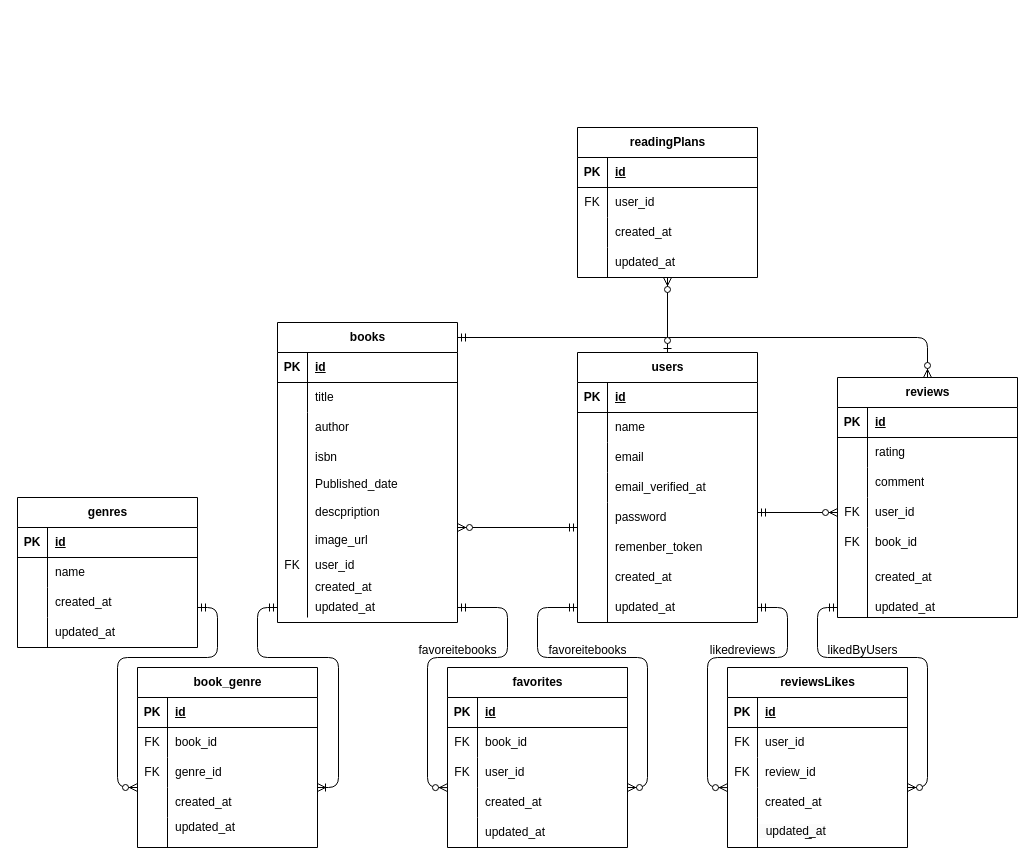
Earlier version of the draw.io diagram ER.drawio (nara773work/BookShelf). Source tidied: cells renumbered, new cells numbered last; positions are measured from the earlier drawing's top-left corner, leaving out a move shared by most shapes. Both pictures are drawn from the tidied source at 100%, with x=0, y=0 at pixel (17, 127).
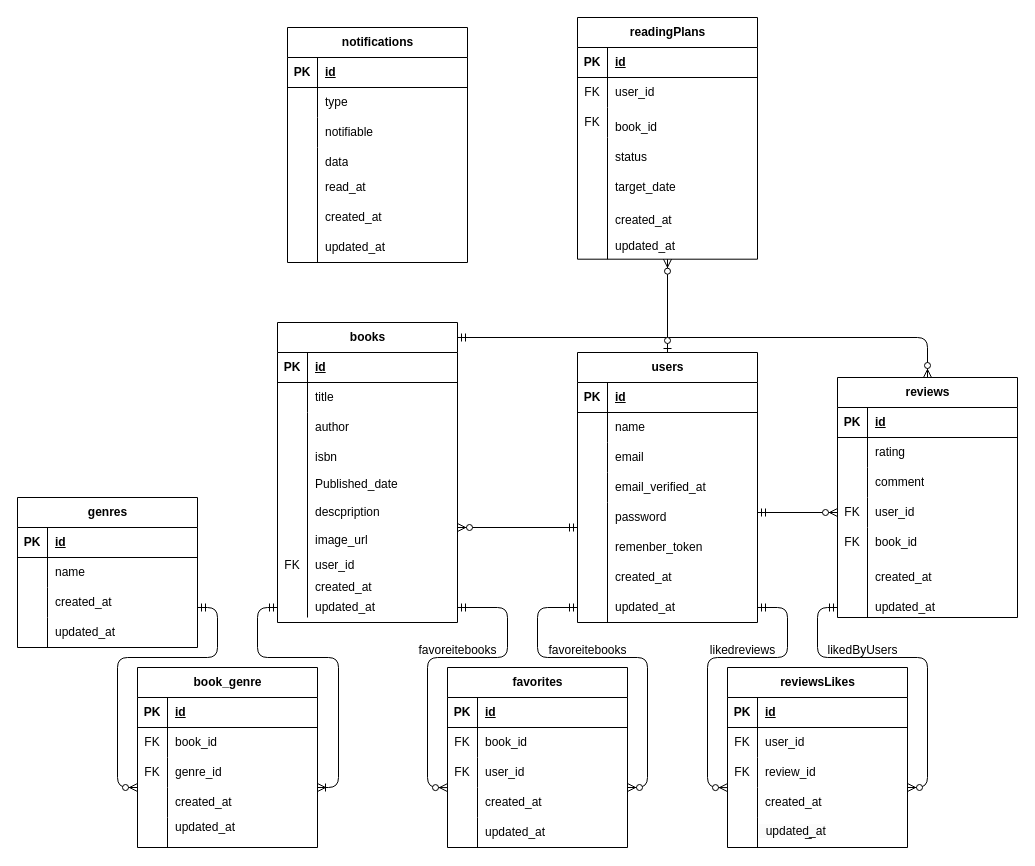
The same diagram, later.

The change refers to these unchanged cells:
```xml
<mxCell id="3" value="users" style="shape=table;startSize=30;childLayout=tableLayout;rowLines=0;fontStyle=1;align=center;html=1;" parent="2" vertex="1">
  <mxGeometry width="180" height="270" as="geometry" />
</mxCell>
<mxCell id="154" style="shape=tableRow;horizontal=0;startSize=0;swimlaneHead=0;swimlaneBody=0;fillColor=none;top=0;left=0;right=0;bottom=0;" parent="147" vertex="1">
  <mxGeometry y="90" width="180" height="30" as="geometry" />
</mxCell>
```

What changed in the source:
```diff
@@
     <mxCell id="144" style="group;" parent="1" vertex="1">
-      <mxGeometry x="580" width="190" height="180" as="geometry" />
+      <mxGeometry x="580" y="-110" width="190" height="290" as="geometry" />
     </mxCell>
     <mxCell id="145" style="group;" parent="144" vertex="1">
-      <mxGeometry x="-20" width="190" height="150" as="geometry" />
+      <mxGeometry x="-20" width="190" height="241.7" as="geometry" />
     </mxCell>
     <mxCell id="146" style="group;" parent="145" vertex="1">
-      <mxGeometry width="190" height="150" as="geometry" />
+      <mxGeometry width="190" height="241.7" as="geometry" />
     </mxCell>
+    <mxCell id="157" style="group;" parent="146" vertex="1">
+      <mxGeometry x="30" y="190" width="160" height="51.7" as="geometry" />
+    </mxCell>
+    <mxCell id="158" value="created_at" style="shape=partialRectangle;fillColor=none;top=0;left=0;bottom=0;right=0;align=left;spacingLeft=6;overflow=hidden;whiteSpace=wrap;html=1;" parent="157" vertex="1">
+      <mxGeometry width="150" height="25.8" as="geometry" />
+    </mxCell>
+    <mxCell id="159" value="updated_at" style="shape=partialRectangle;fillColor=none;top=0;left=0;bottom=0;right=0;align=left;spacingLeft=6;overflow=hidden;whiteSpace=wrap;html=1;" parent="157" vertex="1">
+      <mxGeometry y="25.8" width="160" height="25.8" as="geometry" />
+    </mxCell>
+    <mxCell id="160" style="endArrow=none;html=1;" parent="157" edge="1">
+      <mxGeometry relative="1" as="geometry">
+        <mxPoint y="51.7" as="sourcePoint" />
+        <mxPoint y="25.8" as="targetPoint" />
+      </mxGeometry>
+    </mxCell>
+    <mxCell id="162" style="group;" parent="146" vertex="1">
+      <mxGeometry width="180" height="241.7" as="geometry" />
+    </mxCell>
-    <mxCell id="147" value="readingPlans" style="shape=table;startSize=30;childLayout=tableLayout;rowLines=0;fontStyle=1;align=center;html=1;" parent="146" vertex="1">
-      <mxGeometry width="180" height="150" as="geometry" />
+    <mxCell id="147" value="readingPlans" style="shape=table;startSize=30;childLayout=tableLayout;rowLines=0;fontStyle=1;align=center;html=1;" parent="162" vertex="1">
+      <mxGeometry width="180" height="241.7" as="geometry" />
     </mxCell>
@@
-    <mxCell id="155" style="shape=partialRectangle;fillColor=none;top=0;left=0;bottom=0;right=0;overflow=hidden;whiteSpace=wrap;html=1;" parent="154" vertex="1">
+    <mxCell id="155" value="FK" style="shape=partialRectangle;fillColor=none;top=0;left=0;bottom=0;right=0;overflow=hidden;whiteSpace=wrap;html=1;" parent="154" vertex="1">
       <mxGeometry width="30" height="30" as="geometry" />
     </mxCell>
@@
-    <mxCell id="157" style="group;" parent="146" vertex="1">
-      <mxGeometry x="30" y="90" width="160" height="60" as="geometry" />
-    </mxCell>
-    <mxCell id="158" value="created_at" style="shape=partialRectangle;fillColor=none;top=0;left=0;bottom=0;right=0;align=left;spacingLeft=6;overflow=hidden;whiteSpace=wrap;html=1;" parent="157" vertex="1">
-      <mxGeometry width="150" height="30" as="geometry" />
-    </mxCell>
-    <mxCell id="159" value="updated_at" style="shape=partialRectangle;fillColor=none;top=0;left=0;bottom=0;right=0;align=left;spacingLeft=6;overflow=hidden;whiteSpace=wrap;html=1;" parent="157" vertex="1">
-      <mxGeometry y="30" width="160" height="30" as="geometry" />
-    </mxCell>
-    <mxCell id="160" style="endArrow=none;html=1;" parent="157" edge="1">
-      <mxGeometry relative="1" as="geometry">
-        <mxPoint y="60" as="sourcePoint" />
-        <mxPoint y="30" as="targetPoint" />
-      </mxGeometry>
-    </mxCell>
+    <mxCell id="163" value="book_id" style="shape=partialRectangle;fillColor=none;top=0;left=0;bottom=0;right=0;align=left;spacingLeft=6;overflow=hidden;whiteSpace=wrap;html=1;" parent="162" vertex="1">
+      <mxGeometry x="30" y="90" width="150" height="39.5" as="geometry" />
+    </mxCell>
+    <mxCell id="164" value="status" style="shape=partialRectangle;fillColor=none;top=0;left=0;bottom=0;right=0;align=left;spacingLeft=6;overflow=hidden;whiteSpace=wrap;html=1;" parent="162" vertex="1">
+      <mxGeometry x="30" y="120" width="150" height="39.5" as="geometry" />
+    </mxCell>
+    <mxCell id="165" value="target_date" style="shape=partialRectangle;fillColor=none;top=0;left=0;bottom=0;right=0;align=left;spacingLeft=6;overflow=hidden;whiteSpace=wrap;html=1;" parent="162" vertex="1">
+      <mxGeometry x="30" y="150" width="150" height="39.5" as="geometry" />
+    </mxCell>
     <mxCell id="161" style="fontSize=12;html=1;endArrow=ERzeroToMany;startArrow=ERzeroToOne;exitX=0.5;exitY=0;exitDx=0;exitDy=0;" parent="144" edge="1" source="3">
       <mxGeometry relative="1" as="geometry">
-        <mxPoint x="70" y="150" as="targetPoint" />
+        <mxPoint x="70" y="241.7" as="targetPoint" />
       </mxGeometry>
     </mxCell>
+    <mxCell id="166" style="endArrow=none;html=1;" parent="1" edge="1">
+      <mxGeometry relative="1" as="geometry">
+        <mxPoint x="590" y="90" as="sourcePoint" />
+        <mxPoint x="590" y="10" as="targetPoint" />
+        <Array as="points">
+          <mxPoint x="590" y="120" />
+        </Array>
+      </mxGeometry>
+    </mxCell>
+    <mxCell id="167" style="group;" parent="1" vertex="1">
+      <mxGeometry x="270" y="-100" width="180" height="235" as="geometry" />
+    </mxCell>
+    <mxCell id="168" value="notifications" style="shape=table;startSize=30;childLayout=tableLayout;rowLines=0;fontStyle=1;align=center;html=1;" parent="167" vertex="1">
+      <mxGeometry width="180" height="235" as="geometry" />
+    </mxCell>
+    <mxCell id="169" style="shape=tableRow;horizontal=0;startSize=0;swimlaneHead=0;swimlaneBody=0;fillColor=none;top=0;left=0;right=0;bottom=1;" parent="168" vertex="1">
+      <mxGeometry y="30" width="180" height="30" as="geometry" />
+    </mxCell>
+    <mxCell id="170" value="PK" style="shape=partialRectangle;fillColor=none;top=0;left=0;bottom=0;right=0;fontStyle=1;overflow=hidden;whiteSpace=wrap;html=1;" parent="169" vertex="1">
+      <mxGeometry width="30" height="30" as="geometry" />
+    </mxCell>
+    <mxCell id="171" value="id" style="shape=partialRectangle;fillColor=none;top=0;left=0;bottom=0;right=0;align=left;spacingLeft=6;fontStyle=5;overflow=hidden;whiteSpace=wrap;html=1;" parent="169" vertex="1">
+      <mxGeometry x="30" width="150" height="30" as="geometry" />
+    </mxCell>
+    <mxCell id="172" style="shape=tableRow;horizontal=0;startSize=0;swimlaneHead=0;swimlaneBody=0;fillColor=none;top=0;left=0;right=0;bottom=0;" parent="168" vertex="1">
+      <mxGeometry y="60" width="180" height="30" as="geometry" />
+    </mxCell>
+    <mxCell id="173" style="shape=partialRectangle;fillColor=none;top=0;left=0;bottom=0;right=0;overflow=hidden;whiteSpace=wrap;html=1;" parent="172" vertex="1">
+      <mxGeometry width="30" height="30" as="geometry" />
+    </mxCell>
+    <mxCell id="174" value="type" style="shape=partialRectangle;fillColor=none;top=0;left=0;bottom=0;right=0;align=left;spacingLeft=6;overflow=hidden;whiteSpace=wrap;html=1;" parent="172" vertex="1">
+      <mxGeometry x="30" width="150" height="30" as="geometry" />
+    </mxCell>
+    <mxCell id="175" style="shape=tableRow;horizontal=0;startSize=0;swimlaneHead=0;swimlaneBody=0;fillColor=none;top=0;left=0;right=0;bottom=0;" parent="168" vertex="1">
+      <mxGeometry y="90" width="180" height="30" as="geometry" />
+    </mxCell>
+    <mxCell id="176" style="shape=partialRectangle;fillColor=none;top=0;left=0;bottom=0;right=0;overflow=hidden;whiteSpace=wrap;html=1;" parent="175" vertex="1">
+      <mxGeometry width="30" height="30" as="geometry" />
+    </mxCell>
+    <mxCell id="177" value="notifiable" style="shape=partialRectangle;fillColor=none;top=0;left=0;bottom=0;right=0;align=left;spacingLeft=6;overflow=hidden;whiteSpace=wrap;html=1;" parent="175" vertex="1">
+      <mxGeometry x="30" width="150" height="30" as="geometry" />
+    </mxCell>
+    <mxCell id="178" style="shape=tableRow;horizontal=0;startSize=0;swimlaneHead=0;swimlaneBody=0;fillColor=none;top=0;left=0;right=0;bottom=0;" parent="168" vertex="1">
+      <mxGeometry y="120" width="180" height="30" as="geometry" />
+    </mxCell>
+    <mxCell id="179" style="shape=partialRectangle;fillColor=none;top=0;left=0;bottom=0;right=0;overflow=hidden;whiteSpace=wrap;html=1;" parent="178" vertex="1">
+      <mxGeometry width="30" height="30" as="geometry" />
+    </mxCell>
+    <mxCell id="180" value="data" style="shape=partialRectangle;fillColor=none;top=0;left=0;bottom=0;right=0;align=left;spacingLeft=6;overflow=hidden;whiteSpace=wrap;html=1;" parent="178" vertex="1">
+      <mxGeometry x="30" width="150" height="30" as="geometry" />
+    </mxCell>
+    <mxCell id="181" value="read_at" style="shape=partialRectangle;fillColor=none;top=0;left=0;bottom=0;right=0;align=left;spacingLeft=6;overflow=hidden;whiteSpace=wrap;html=1;" parent="167" vertex="1">
+      <mxGeometry x="30" y="145" width="150" height="30" as="geometry" />
+    </mxCell>
+    <mxCell id="182" value="created_at" style="shape=partialRectangle;fillColor=none;top=0;left=0;bottom=0;right=0;align=left;spacingLeft=6;overflow=hidden;whiteSpace=wrap;html=1;" parent="167" vertex="1">
+      <mxGeometry x="30" y="175" width="150" height="30" as="geometry" />
+    </mxCell>
+    <mxCell id="183" value="updated_at" style="shape=partialRectangle;fillColor=none;top=0;left=0;bottom=0;right=0;align=left;spacingLeft=6;overflow=hidden;whiteSpace=wrap;html=1;" parent="167" vertex="1">
+      <mxGeometry x="30" y="205" width="150" height="30" as="geometry" />
+    </mxCell>
+    <mxCell id="184" style="endArrow=none;html=1;" parent="167" edge="1">
+      <mxGeometry relative="1" as="geometry">
+        <mxPoint x="30" y="235" as="sourcePoint" />
+        <mxPoint x="30" y="145" as="targetPoint" />
+      </mxGeometry>
+    </mxCell>
```
